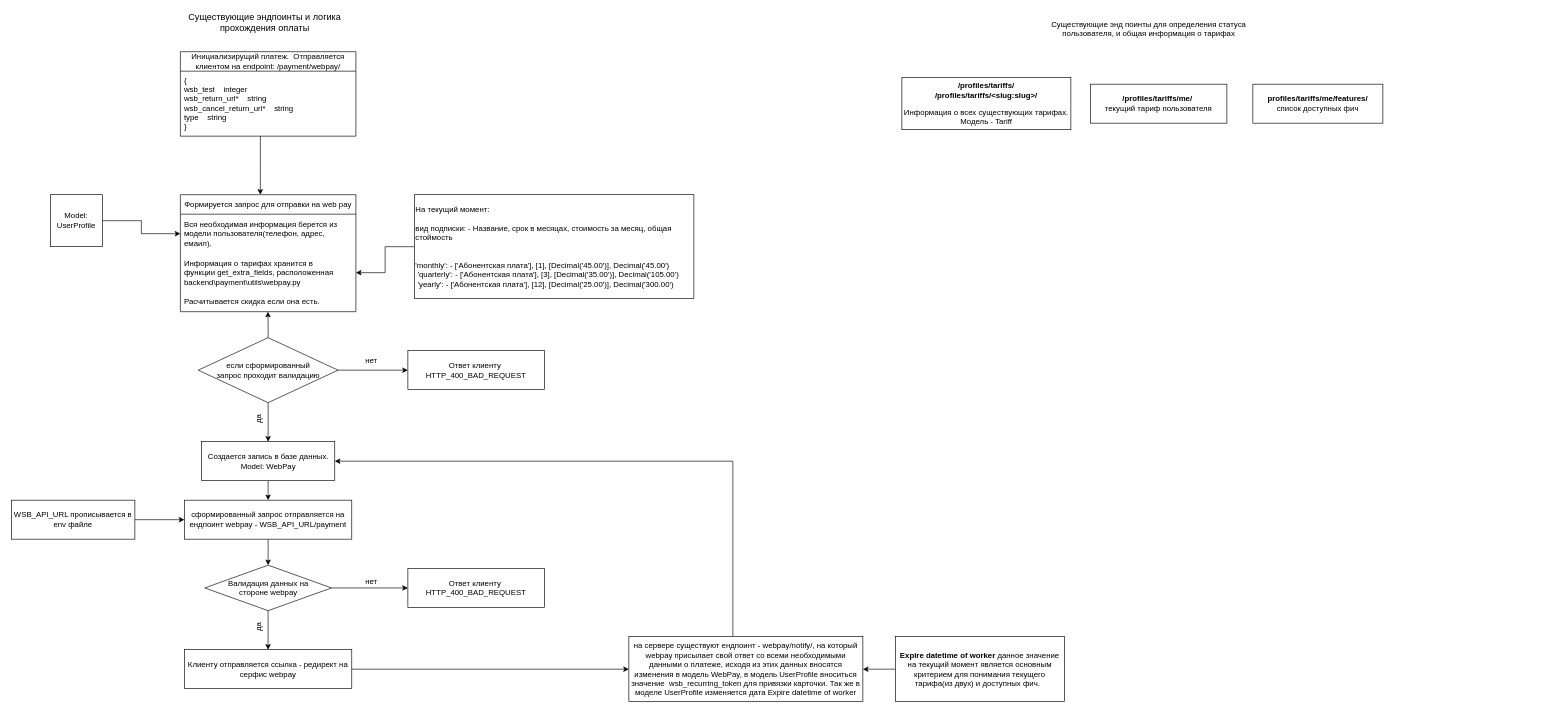
Above: pay_system.drawio in Gollum959/b2c_drawio (draw.io), before the change. Source tidied: cells renumbered, new cells numbered last; positions are measured from the earlier drawing's top-left corner, leaving out a move shared by most shapes. Both pictures are drawn from the tidied source at 65%, with x=0, y=0 at pixel (11, 12).
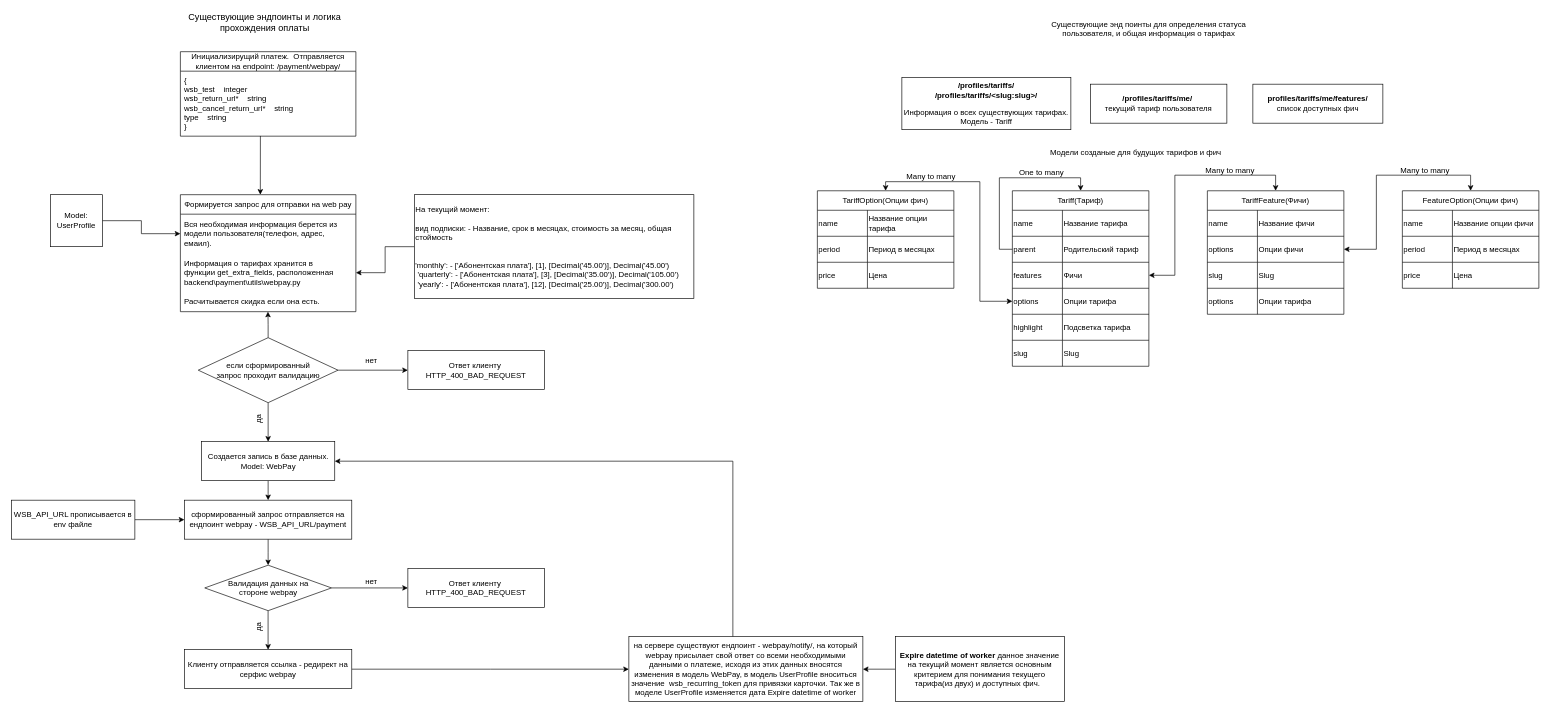
After the change.

The edit, as a diff of the source:
```diff
@@
+    <mxCell id="43" style="edgeStyle=orthogonalEdgeStyle;rounded=0;jettySize=auto;html=1;entryX=0.5;entryY=0;entryDx=0;entryDy=0;" parent="1" edge="1" source="49" target="45">
+      <mxGeometry relative="1" as="geometry">
+        <Array as="points">
+          <mxPoint x="1520" y="364" />
+          <mxPoint x="1520" y="254" />
+          <mxPoint x="1645" y="254" />
+        </Array>
+      </mxGeometry>
+    </mxCell>
@@
+    <mxCell id="44" value="Модели созданые для будущих тарифов и фич" style="text;html=1;strokeColor=none;fillColor=none;align=center;verticalAlign=middle;whiteSpace=wrap;rounded=0;" parent="1" vertex="1">
+      <mxGeometry x="1520" y="200" width="420" height="30" as="geometry" />
+    </mxCell>
+    <mxCell id="45" value="Tariff(Тариф)" style="shape=table;startSize=30;childLayout=tableLayout;" parent="1" vertex="1">
+      <mxGeometry x="1540" y="274" width="210" height="270" as="geometry" />
+    </mxCell>
+    <mxCell id="46" style="shape=tableRow;horizontal=0;startSize=0;swimlaneHead=0;swimlaneBody=0;strokeColor=inherit;top=0;left=0;bottom=0;right=0;fillColor=none;" parent="45" vertex="1">
+      <mxGeometry y="30" width="210" height="40" as="geometry" />
+    </mxCell>
+    <mxCell id="47" value="name&amp;nbsp;" style="shape=partialRectangle;html=1;whiteSpace=wrap;strokeColor=inherit;overflow=hidden;fillColor=none;top=0;left=0;bottom=0;right=0;align=left;" parent="46" vertex="1">
+      <mxGeometry width="77" height="40" as="geometry" />
+    </mxCell>
+    <mxCell id="48" value="Название тарифа" style="shape=partialRectangle;html=1;whiteSpace=wrap;strokeColor=inherit;overflow=hidden;fillColor=none;top=0;left=0;bottom=0;right=0;align=left;" parent="46" vertex="1">
+      <mxGeometry x="77" width="133" height="40" as="geometry" />
+    </mxCell>
+    <mxCell id="49" style="shape=tableRow;horizontal=0;startSize=0;swimlaneHead=0;swimlaneBody=0;strokeColor=inherit;top=0;left=0;bottom=0;right=0;fillColor=none;points=[[0,0.5],[1,0.5]];portConstraint=eastwest;" parent="45" vertex="1">
+      <mxGeometry y="70" width="210" height="40" as="geometry" />
+    </mxCell>
+    <mxCell id="50" value="parent&amp;nbsp;" style="shape=partialRectangle;html=1;whiteSpace=wrap;strokeColor=inherit;overflow=hidden;fillColor=none;top=0;left=0;bottom=0;right=0;align=left;" parent="49" vertex="1">
+      <mxGeometry width="77" height="40" as="geometry" />
+    </mxCell>
+    <mxCell id="51" value="Родительский тариф" style="shape=partialRectangle;html=1;whiteSpace=wrap;strokeColor=inherit;overflow=hidden;fillColor=none;top=0;left=0;bottom=0;right=0;align=left;" parent="49" vertex="1">
+      <mxGeometry x="77" width="133" height="40" as="geometry" />
+    </mxCell>
+    <mxCell id="52" style="shape=tableRow;horizontal=0;startSize=0;swimlaneHead=0;swimlaneBody=0;strokeColor=inherit;top=0;left=0;bottom=0;right=0;fillColor=none;points=[[0,0.5],[1,0.5]];portConstraint=eastwest;" parent="45" vertex="1">
+      <mxGeometry y="110" width="210" height="40" as="geometry" />
+    </mxCell>
+    <mxCell id="53" value="features&amp;nbsp;" style="shape=partialRectangle;html=1;whiteSpace=wrap;strokeColor=inherit;overflow=hidden;fillColor=none;top=0;left=0;bottom=0;right=0;align=left;" parent="52" vertex="1">
+      <mxGeometry width="77" height="40" as="geometry" />
+    </mxCell>
+    <mxCell id="54" value="Фичи" style="shape=partialRectangle;html=1;whiteSpace=wrap;strokeColor=inherit;overflow=hidden;fillColor=none;top=0;left=0;bottom=0;right=0;align=left;" parent="52" vertex="1">
+      <mxGeometry x="77" width="133" height="40" as="geometry" />
+    </mxCell>
+    <mxCell id="55" style="shape=tableRow;horizontal=0;startSize=0;swimlaneHead=0;swimlaneBody=0;strokeColor=inherit;top=0;left=0;bottom=0;right=0;fillColor=none;points=[[0,0.5],[1,0.5]];portConstraint=eastwest;" parent="45" vertex="1">
+      <mxGeometry y="150" width="210" height="40" as="geometry" />
+    </mxCell>
+    <mxCell id="56" value="options&amp;nbsp;" style="shape=partialRectangle;html=1;whiteSpace=wrap;strokeColor=inherit;overflow=hidden;fillColor=none;top=0;left=0;bottom=0;right=0;align=left;" parent="55" vertex="1">
+      <mxGeometry width="77" height="40" as="geometry" />
+    </mxCell>
+    <mxCell id="57" value="Опции тарифа" style="shape=partialRectangle;html=1;whiteSpace=wrap;strokeColor=inherit;overflow=hidden;fillColor=none;top=0;left=0;bottom=0;right=0;align=left;" parent="55" vertex="1">
+      <mxGeometry x="77" width="133" height="40" as="geometry" />
+    </mxCell>
+    <mxCell id="58" style="shape=tableRow;horizontal=0;startSize=0;swimlaneHead=0;swimlaneBody=0;strokeColor=inherit;top=0;left=0;bottom=0;right=0;fillColor=none;" parent="45" vertex="1">
+      <mxGeometry y="190" width="210" height="40" as="geometry" />
+    </mxCell>
+    <mxCell id="59" value="highlight&amp;nbsp;" style="shape=partialRectangle;html=1;whiteSpace=wrap;strokeColor=inherit;overflow=hidden;fillColor=none;top=0;left=0;bottom=0;right=0;align=left;" parent="58" vertex="1">
+      <mxGeometry width="77" height="40" as="geometry" />
+    </mxCell>
+    <mxCell id="60" value="Подсветка тарифа" style="shape=partialRectangle;html=1;whiteSpace=wrap;strokeColor=inherit;overflow=hidden;fillColor=none;top=0;left=0;bottom=0;right=0;align=left;" parent="58" vertex="1">
+      <mxGeometry x="77" width="133" height="40" as="geometry" />
+    </mxCell>
+    <mxCell id="61" style="shape=tableRow;horizontal=0;startSize=0;swimlaneHead=0;swimlaneBody=0;strokeColor=inherit;top=0;left=0;bottom=0;right=0;fillColor=none;" parent="45" vertex="1">
+      <mxGeometry y="230" width="210" height="40" as="geometry" />
+    </mxCell>
+    <mxCell id="62" value="slug" style="shape=partialRectangle;html=1;whiteSpace=wrap;strokeColor=inherit;overflow=hidden;fillColor=none;top=0;left=0;bottom=0;right=0;align=left;" parent="61" vertex="1">
+      <mxGeometry width="77" height="40" as="geometry" />
+    </mxCell>
+    <mxCell id="63" value="Slug" style="shape=partialRectangle;html=1;whiteSpace=wrap;strokeColor=inherit;overflow=hidden;fillColor=none;top=0;left=0;bottom=0;right=0;align=left;" parent="61" vertex="1">
+      <mxGeometry x="77" width="133" height="40" as="geometry" />
+    </mxCell>
+    <mxCell id="64" value="TariffFeature(Фичи)" style="shape=table;startSize=30;childLayout=tableLayout;" parent="1" vertex="1">
+      <mxGeometry x="1840" y="274" width="210" height="190" as="geometry" />
+    </mxCell>
+    <mxCell id="65" style="shape=tableRow;horizontal=0;startSize=0;swimlaneHead=0;swimlaneBody=0;strokeColor=inherit;top=0;left=0;bottom=0;right=0;fillColor=none;" parent="64" vertex="1">
+      <mxGeometry y="30" width="210" height="40" as="geometry" />
+    </mxCell>
+    <mxCell id="66" value="name&amp;nbsp;" style="shape=partialRectangle;html=1;whiteSpace=wrap;strokeColor=inherit;overflow=hidden;fillColor=none;top=0;left=0;bottom=0;right=0;align=left;" parent="65" vertex="1">
+      <mxGeometry width="77" height="40" as="geometry" />
+    </mxCell>
+    <mxCell id="67" value="Название фичи" style="shape=partialRectangle;html=1;whiteSpace=wrap;strokeColor=inherit;overflow=hidden;fillColor=none;top=0;left=0;bottom=0;right=0;align=left;" parent="65" vertex="1">
+      <mxGeometry x="77" width="133" height="40" as="geometry" />
+    </mxCell>
+    <mxCell id="68" style="shape=tableRow;horizontal=0;startSize=0;swimlaneHead=0;swimlaneBody=0;strokeColor=inherit;top=0;left=0;bottom=0;right=0;fillColor=none;points=[[0,0.5],[1,0.5]];portConstraint=eastwest;" parent="64" vertex="1">
+      <mxGeometry y="70" width="210" height="40" as="geometry" />
+    </mxCell>
+    <mxCell id="69" value="options&amp;nbsp;" style="shape=partialRectangle;html=1;whiteSpace=wrap;strokeColor=inherit;overflow=hidden;fillColor=none;top=0;left=0;bottom=0;right=0;align=left;" parent="68" vertex="1">
+      <mxGeometry width="77" height="40" as="geometry" />
+    </mxCell>
+    <mxCell id="70" value="Опции фичи" style="shape=partialRectangle;html=1;whiteSpace=wrap;strokeColor=inherit;overflow=hidden;fillColor=none;top=0;left=0;bottom=0;right=0;align=left;" parent="68" vertex="1">
+      <mxGeometry x="77" width="133" height="40" as="geometry" />
+    </mxCell>
+    <mxCell id="71" style="shape=tableRow;horizontal=0;startSize=0;swimlaneHead=0;swimlaneBody=0;strokeColor=inherit;top=0;left=0;bottom=0;right=0;fillColor=none;" parent="64" vertex="1">
+      <mxGeometry y="110" width="210" height="40" as="geometry" />
+    </mxCell>
+    <mxCell id="72" value="slug" style="shape=partialRectangle;html=1;whiteSpace=wrap;strokeColor=inherit;overflow=hidden;fillColor=none;top=0;left=0;bottom=0;right=0;align=left;" parent="71" vertex="1">
+      <mxGeometry width="77" height="40" as="geometry" />
+    </mxCell>
+    <mxCell id="73" value="Slug" style="shape=partialRectangle;html=1;whiteSpace=wrap;strokeColor=inherit;overflow=hidden;fillColor=none;top=0;left=0;bottom=0;right=0;align=left;" parent="71" vertex="1">
+      <mxGeometry x="77" width="133" height="40" as="geometry" />
+    </mxCell>
+    <mxCell id="74" style="shape=tableRow;horizontal=0;startSize=0;swimlaneHead=0;swimlaneBody=0;strokeColor=inherit;top=0;left=0;bottom=0;right=0;fillColor=none;" parent="64" vertex="1">
+      <mxGeometry y="150" width="210" height="40" as="geometry" />
+    </mxCell>
+    <mxCell id="75" value="options&amp;nbsp;" style="shape=partialRectangle;html=1;whiteSpace=wrap;strokeColor=inherit;overflow=hidden;fillColor=none;top=0;left=0;bottom=0;right=0;align=left;" parent="74" vertex="1">
+      <mxGeometry width="77" height="40" as="geometry" />
+    </mxCell>
+    <mxCell id="76" value="Опции тарифа" style="shape=partialRectangle;html=1;whiteSpace=wrap;strokeColor=inherit;overflow=hidden;fillColor=none;top=0;left=0;bottom=0;right=0;align=left;" parent="74" vertex="1">
+      <mxGeometry x="77" width="133" height="40" as="geometry" />
+    </mxCell>
+    <mxCell id="77" value="FeatureOption(Опции фич)" style="shape=table;startSize=30;childLayout=tableLayout;" parent="1" vertex="1">
+      <mxGeometry x="2140" y="274" width="210" height="150" as="geometry" />
+    </mxCell>
+    <mxCell id="78" style="shape=tableRow;horizontal=0;startSize=0;swimlaneHead=0;swimlaneBody=0;strokeColor=inherit;top=0;left=0;bottom=0;right=0;fillColor=none;" parent="77" vertex="1">
+      <mxGeometry y="30" width="210" height="40" as="geometry" />
+    </mxCell>
+    <mxCell id="79" value="name&amp;nbsp;" style="shape=partialRectangle;html=1;whiteSpace=wrap;strokeColor=inherit;overflow=hidden;fillColor=none;top=0;left=0;bottom=0;right=0;align=left;" parent="78" vertex="1">
+      <mxGeometry width="77" height="40" as="geometry" />
+    </mxCell>
+    <mxCell id="80" value="Название опции фичи" style="shape=partialRectangle;html=1;whiteSpace=wrap;strokeColor=inherit;overflow=hidden;fillColor=none;top=0;left=0;bottom=0;right=0;align=left;" parent="78" vertex="1">
+      <mxGeometry x="77" width="133" height="40" as="geometry" />
+    </mxCell>
+    <mxCell id="81" style="shape=tableRow;horizontal=0;startSize=0;swimlaneHead=0;swimlaneBody=0;strokeColor=inherit;top=0;left=0;bottom=0;right=0;fillColor=none;" parent="77" vertex="1">
+      <mxGeometry y="70" width="210" height="40" as="geometry" />
+    </mxCell>
+    <mxCell id="82" value="period" style="shape=partialRectangle;html=1;whiteSpace=wrap;strokeColor=inherit;overflow=hidden;fillColor=none;top=0;left=0;bottom=0;right=0;align=left;" parent="81" vertex="1">
+      <mxGeometry width="77" height="40" as="geometry" />
+    </mxCell>
+    <mxCell id="83" value="Период в месяцах" style="shape=partialRectangle;html=1;whiteSpace=wrap;strokeColor=inherit;overflow=hidden;fillColor=none;top=0;left=0;bottom=0;right=0;align=left;" parent="81" vertex="1">
+      <mxGeometry x="77" width="133" height="40" as="geometry" />
+    </mxCell>
+    <mxCell id="84" style="shape=tableRow;horizontal=0;startSize=0;swimlaneHead=0;swimlaneBody=0;strokeColor=inherit;top=0;left=0;bottom=0;right=0;fillColor=none;" parent="77" vertex="1">
+      <mxGeometry y="110" width="210" height="40" as="geometry" />
+    </mxCell>
+    <mxCell id="85" value="price" style="shape=partialRectangle;html=1;whiteSpace=wrap;strokeColor=inherit;overflow=hidden;fillColor=none;top=0;left=0;bottom=0;right=0;align=left;" parent="84" vertex="1">
+      <mxGeometry width="77" height="40" as="geometry" />
+    </mxCell>
+    <mxCell id="86" value="Цена" style="shape=partialRectangle;html=1;whiteSpace=wrap;strokeColor=inherit;overflow=hidden;fillColor=none;top=0;left=0;bottom=0;right=0;align=left;" parent="84" vertex="1">
+      <mxGeometry x="77" width="133" height="40" as="geometry" />
+    </mxCell>
+    <mxCell id="87" value="TariffOption(Опции фич)" style="shape=table;startSize=30;childLayout=tableLayout;" parent="1" vertex="1">
+      <mxGeometry x="1240" y="274" width="210" height="150" as="geometry" />
+    </mxCell>
+    <mxCell id="88" style="shape=tableRow;horizontal=0;startSize=0;swimlaneHead=0;swimlaneBody=0;strokeColor=inherit;top=0;left=0;bottom=0;right=0;fillColor=none;" parent="87" vertex="1">
+      <mxGeometry y="30" width="210" height="40" as="geometry" />
+    </mxCell>
+    <mxCell id="89" value="name&amp;nbsp;" style="shape=partialRectangle;html=1;whiteSpace=wrap;strokeColor=inherit;overflow=hidden;fillColor=none;top=0;left=0;bottom=0;right=0;align=left;" parent="88" vertex="1">
+      <mxGeometry width="77" height="40" as="geometry" />
+    </mxCell>
+    <mxCell id="90" value="Название опции тарифа" style="shape=partialRectangle;html=1;whiteSpace=wrap;strokeColor=inherit;overflow=hidden;fillColor=none;top=0;left=0;bottom=0;right=0;align=left;" parent="88" vertex="1">
+      <mxGeometry x="77" width="133" height="40" as="geometry" />
+    </mxCell>
+    <mxCell id="91" style="shape=tableRow;horizontal=0;startSize=0;swimlaneHead=0;swimlaneBody=0;strokeColor=inherit;top=0;left=0;bottom=0;right=0;fillColor=none;" parent="87" vertex="1">
+      <mxGeometry y="70" width="210" height="40" as="geometry" />
+    </mxCell>
+    <mxCell id="92" value="period" style="shape=partialRectangle;html=1;whiteSpace=wrap;strokeColor=inherit;overflow=hidden;fillColor=none;top=0;left=0;bottom=0;right=0;align=left;" parent="91" vertex="1">
+      <mxGeometry width="77" height="40" as="geometry" />
+    </mxCell>
+    <mxCell id="93" value="Период в месяцах" style="shape=partialRectangle;html=1;whiteSpace=wrap;strokeColor=inherit;overflow=hidden;fillColor=none;top=0;left=0;bottom=0;right=0;align=left;" parent="91" vertex="1">
+      <mxGeometry x="77" width="133" height="40" as="geometry" />
+    </mxCell>
+    <mxCell id="94" style="shape=tableRow;horizontal=0;startSize=0;swimlaneHead=0;swimlaneBody=0;strokeColor=inherit;top=0;left=0;bottom=0;right=0;fillColor=none;" parent="87" vertex="1">
+      <mxGeometry y="110" width="210" height="40" as="geometry" />
+    </mxCell>
+    <mxCell id="95" value="price" style="shape=partialRectangle;html=1;whiteSpace=wrap;strokeColor=inherit;overflow=hidden;fillColor=none;top=0;left=0;bottom=0;right=0;align=left;" parent="94" vertex="1">
+      <mxGeometry width="77" height="40" as="geometry" />
+    </mxCell>
+    <mxCell id="96" value="Цена" style="shape=partialRectangle;html=1;whiteSpace=wrap;strokeColor=inherit;overflow=hidden;fillColor=none;top=0;left=0;bottom=0;right=0;align=left;" parent="94" vertex="1">
+      <mxGeometry x="77" width="133" height="40" as="geometry" />
+    </mxCell>
+    <mxCell id="97" value="One to many" style="text;html=1;strokeColor=none;fillColor=none;align=center;verticalAlign=middle;whiteSpace=wrap;rounded=0;" parent="1" vertex="1">
+      <mxGeometry x="1520" y="232" width="130" height="30" as="geometry" />
+    </mxCell>
+    <mxCell id="98" value="Many to many" style="text;html=1;strokeColor=none;fillColor=none;align=center;verticalAlign=middle;whiteSpace=wrap;rounded=0;" parent="1" vertex="1">
+      <mxGeometry x="1350" y="237" width="130" height="30" as="geometry" />
+    </mxCell>
+    <mxCell id="99" value="Many to many" style="text;html=1;strokeColor=none;fillColor=none;align=center;verticalAlign=middle;whiteSpace=wrap;rounded=0;" parent="1" vertex="1">
+      <mxGeometry x="1810" y="228" width="130" height="30" as="geometry" />
+    </mxCell>
+    <mxCell id="100" value="Many to many" style="text;html=1;strokeColor=none;fillColor=none;align=center;verticalAlign=middle;whiteSpace=wrap;rounded=0;" parent="1" vertex="1">
+      <mxGeometry x="2110" y="228" width="130" height="30" as="geometry" />
+    </mxCell>
+    <mxCell id="101" style="endArrow=classic;startArrow=classic;html=1;rounded=0;exitX=1;exitY=0.5;exitDx=0;exitDy=0;entryX=0.5;entryY=0;entryDx=0;entryDy=0;" parent="1" edge="1" source="52" target="64">
+      <mxGeometry relative="1" as="geometry">
+        <Array as="points">
+          <mxPoint x="1790" y="404" />
+          <mxPoint x="1790" y="250" />
+          <mxPoint x="1945" y="250" />
+        </Array>
+      </mxGeometry>
+    </mxCell>
+    <mxCell id="102" style="endArrow=classic;startArrow=classic;html=1;rounded=0;entryX=0.5;entryY=0;entryDx=0;entryDy=0;exitX=1;exitY=0.5;exitDx=0;exitDy=0;" parent="1" edge="1" source="68" target="77">
+      <mxGeometry relative="1" as="geometry">
+        <Array as="points">
+          <mxPoint x="2100" y="364" />
+          <mxPoint x="2100" y="250" />
+          <mxPoint x="2245" y="250" />
+        </Array>
+      </mxGeometry>
+    </mxCell>
+    <mxCell id="103" style="endArrow=classic;startArrow=classic;html=1;rounded=0;exitX=0;exitY=0.5;exitDx=0;exitDy=0;entryX=0.5;entryY=0;entryDx=0;entryDy=0;" parent="1" edge="1" source="55" target="87">
+      <mxGeometry relative="1" as="geometry">
+        <Array as="points">
+          <mxPoint x="1490" y="444" />
+          <mxPoint x="1490" y="260" />
+          <mxPoint x="1345" y="260" />
+        </Array>
+      </mxGeometry>
+    </mxCell>
```
